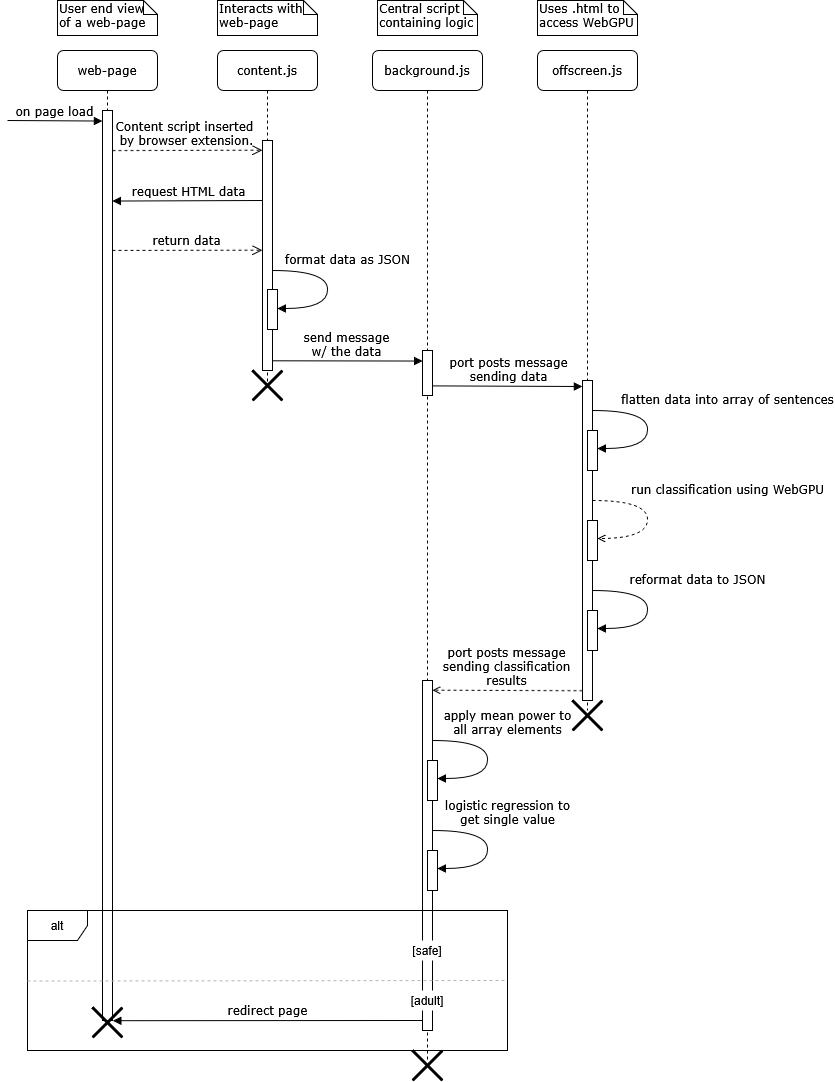
3cho11/PyroBlocker keeps this draw.io diagram as diagrams/PyroBlockerSequence.drawio.png. Above is the earlier version. Source tidied: cells renumbered, new cells last; positions are measured from the earlier drawing's top-left corner, leaving out a move shared by most shapes.
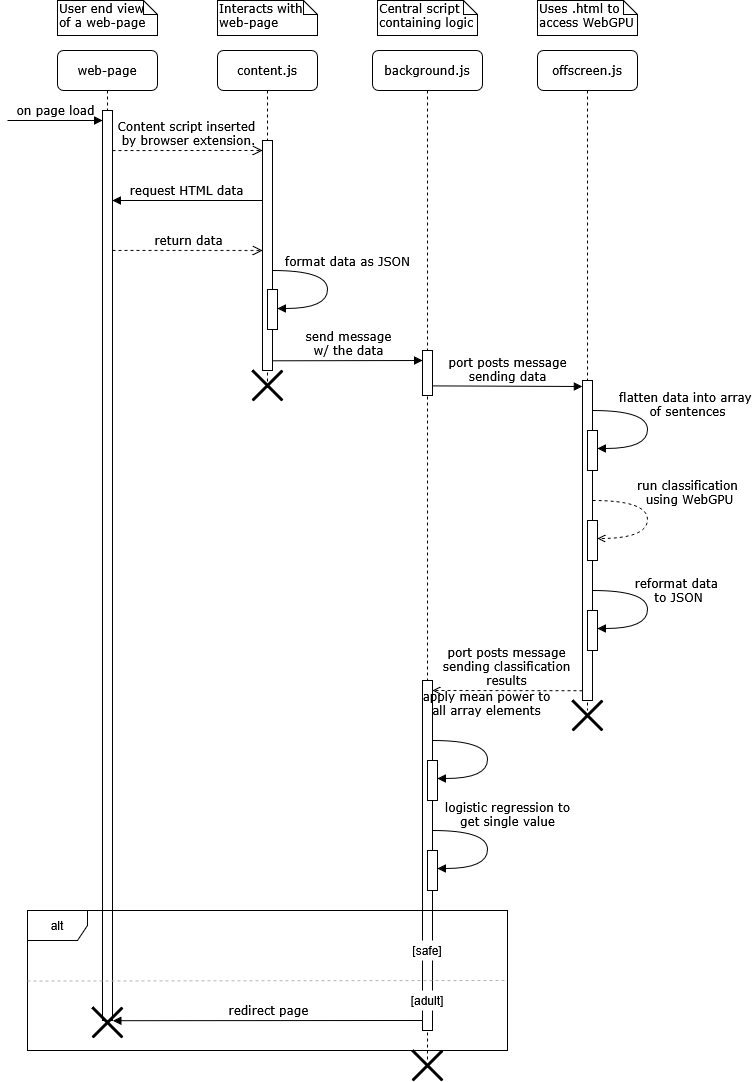
The same file after the commit.

Change to the diagram source:
```diff
@@ -52,8 +52,8 @@
     <mxCell id="13" style="html=1;perimeter=orthogonalPerimeter;rounded=0;shadow=0;comic=0;labelBackgroundColor=none;strokeWidth=1;fontFamily=Verdana;fontSize=12;align=center;" parent="11" vertex="1">
       <mxGeometry x="50" y="380" width="10" height="40" as="geometry" />
     </mxCell>
-    <mxCell id="14" value="run classification using WebGPU" style="html=1;verticalAlign=bottom;endArrow=open;labelBackgroundColor=none;fontFamily=Verdana;fontSize=12;elbow=vertical;edgeStyle=orthogonalEdgeStyle;curved=1;entryX=1;entryY=0.286;entryPerimeter=0;exitX=1.038;exitY=0.345;exitPerimeter=0;dashed=1;endFill=0;" parent="11" edge="1">
-      <mxGeometry x="-0.23" y="80" relative="1" as="geometry">
+    <mxCell id="14" value="&lt;div&gt;run classification&amp;nbsp;&lt;/div&gt;&lt;div&gt;using WebGPU&lt;/div&gt;" style="html=1;verticalAlign=bottom;endArrow=open;labelBackgroundColor=none;fontFamily=Verdana;fontSize=12;elbow=vertical;edgeStyle=orthogonalEdgeStyle;curved=1;entryX=1;entryY=0.286;entryPerimeter=0;exitX=1.038;exitY=0.345;exitPerimeter=0;dashed=1;endFill=0;" parent="11" edge="1">
+      <mxGeometry x="-0.1" y="42" relative="1" as="geometry">
         <mxPoint x="55" y="450" as="sourcePoint" />
         <mxPoint x="60" y="488" as="targetPoint" />
         <Array as="points">
@@ -62,8 +62,8 @@
         </Array>
       </mxGeometry>
     </mxCell>
-    <mxCell id="15" value="flatten data into array of sentences" style="html=1;verticalAlign=bottom;endArrow=block;labelBackgroundColor=none;fontFamily=Verdana;fontSize=12;elbow=vertical;edgeStyle=orthogonalEdgeStyle;curved=1;entryX=1;entryY=0.286;entryPerimeter=0;exitX=1.038;exitY=0.345;exitPerimeter=0;" parent="11" edge="1">
-      <mxGeometry x="-0.23" y="80" relative="1" as="geometry">
+    <mxCell id="15" value="&lt;div&gt;flatten data into array&amp;nbsp;&lt;/div&gt;&lt;div&gt;of sentences&lt;/div&gt;" style="html=1;verticalAlign=bottom;endArrow=block;labelBackgroundColor=none;fontFamily=Verdana;fontSize=12;elbow=vertical;edgeStyle=orthogonalEdgeStyle;curved=1;entryX=1;entryY=0.286;entryPerimeter=0;exitX=1.038;exitY=0.345;exitPerimeter=0;" parent="11" edge="1">
+      <mxGeometry x="-0.08" y="40" relative="1" as="geometry">
         <mxPoint x="55" y="360" as="sourcePoint" />
         <mxPoint x="60" y="398" as="targetPoint" />
         <Array as="points">
@@ -75,8 +75,8 @@
     <mxCell id="16" style="html=1;perimeter=orthogonalPerimeter;rounded=0;shadow=0;comic=0;labelBackgroundColor=none;strokeWidth=1;fontFamily=Verdana;fontSize=12;align=center;" parent="11" vertex="1">
       <mxGeometry x="50" y="470" width="10" height="40" as="geometry" />
     </mxCell>
-    <mxCell id="17" value="reformat data to JSON " style="html=1;verticalAlign=bottom;endArrow=block;labelBackgroundColor=none;fontFamily=Verdana;fontSize=12;elbow=vertical;edgeStyle=orthogonalEdgeStyle;curved=1;entryX=1;entryY=0.286;entryPerimeter=0;exitX=1.038;exitY=0.345;exitPerimeter=0;" parent="11" edge="1">
-      <mxGeometry x="-0.23" y="50" relative="1" as="geometry">
+    <mxCell id="17" value="&lt;div&gt;reformat data&amp;nbsp;&lt;/div&gt;&lt;div&gt;to JSON &lt;/div&gt;" style="html=1;verticalAlign=bottom;endArrow=block;labelBackgroundColor=none;fontFamily=Verdana;fontSize=12;elbow=vertical;edgeStyle=orthogonalEdgeStyle;curved=1;entryX=1;entryY=0.286;entryPerimeter=0;exitX=1.038;exitY=0.345;exitPerimeter=0;" parent="11" edge="1">
+      <mxGeometry x="0.01" y="31" relative="1" as="geometry">
         <mxPoint x="55" y="540" as="sourcePoint" />
         <mxPoint x="60" y="578" as="targetPoint" />
         <Array as="points">
```
